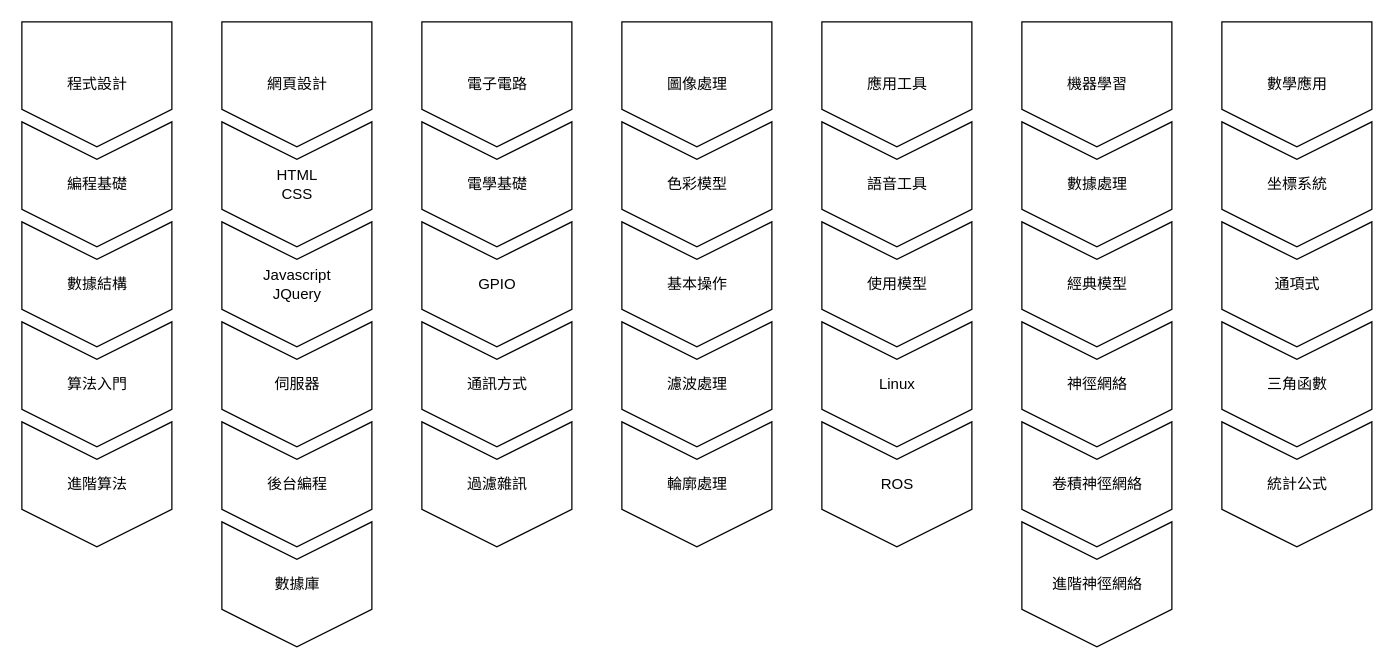
Before: page "Page-2" (2 of 2) of Roadmap.drawio in supercatex/flowchart, a draw.io diagram. Source tidied: cells renumbered, new cells numbered last; positions are measured from the earlier drawing's top-left corner, leaving out a move shared by most shapes. Both pictures are drawn from the tidied source at 125%, with x=0, y=0 at pixel (34, 9).
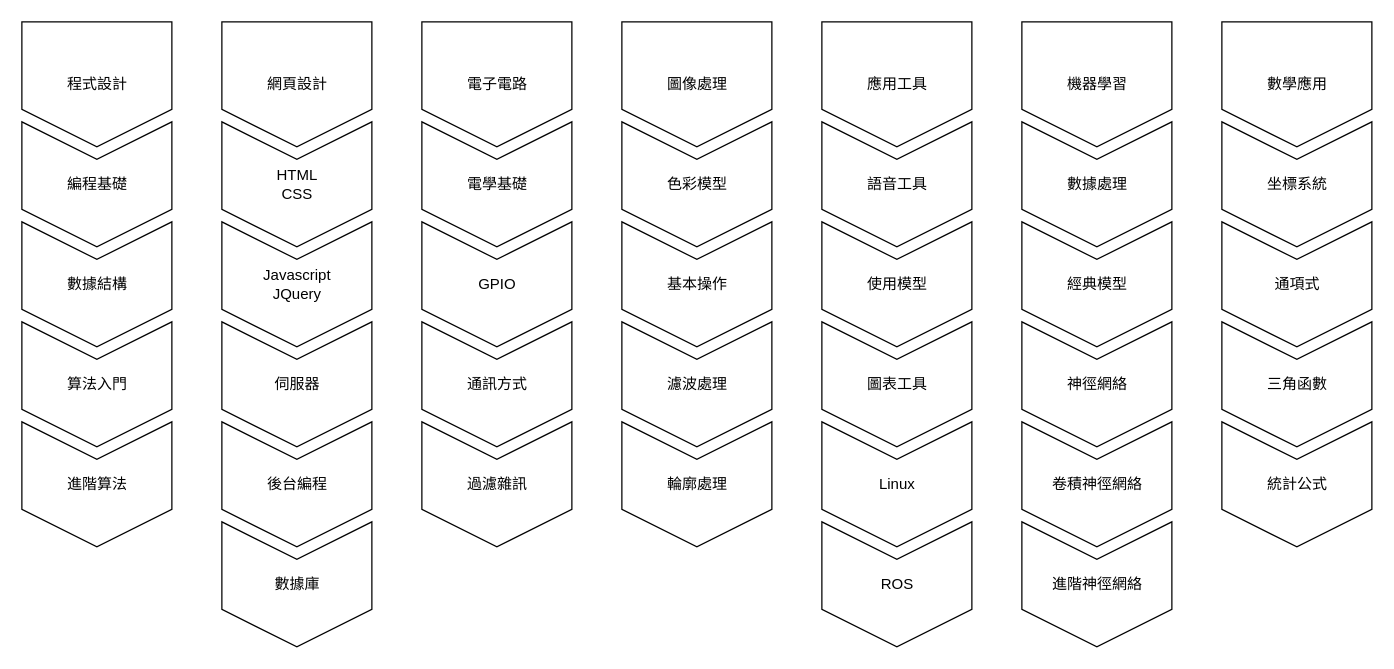
Above is the later version.

Diff of the diagram source:
```diff
@@
     <mxCell id="32" value="Linux" style="html=1;shadow=0;dashed=0;align=center;verticalAlign=middle;shape=mxgraph.arrows2.arrow;dy=0;dx=30;notch=30;rotation=90;horizontal=0;" parent="1" vertex="1">
-      <mxGeometry x="640" y="240" width="100" height="120" as="geometry" />
+      <mxGeometry x="640" y="320" width="100" height="120" as="geometry" />
     </mxCell>
     <mxCell id="33" value="ROS" style="html=1;shadow=0;dashed=0;align=center;verticalAlign=middle;shape=mxgraph.arrows2.arrow;dy=0;dx=30;notch=30;rotation=90;horizontal=0;" parent="1" vertex="1">
-      <mxGeometry x="640" y="320" width="100" height="120" as="geometry" />
+      <mxGeometry x="640" y="400" width="100" height="120" as="geometry" />
     </mxCell>
@@
+    <mxCell id="39" value="圖表工具" style="html=1;shadow=0;dashed=0;align=center;verticalAlign=middle;shape=mxgraph.arrows2.arrow;dy=0;dx=30;notch=30;rotation=90;horizontal=0;" parent="1" vertex="1">
+      <mxGeometry x="640" y="240" width="100" height="120" as="geometry" />
+    </mxCell>
```
